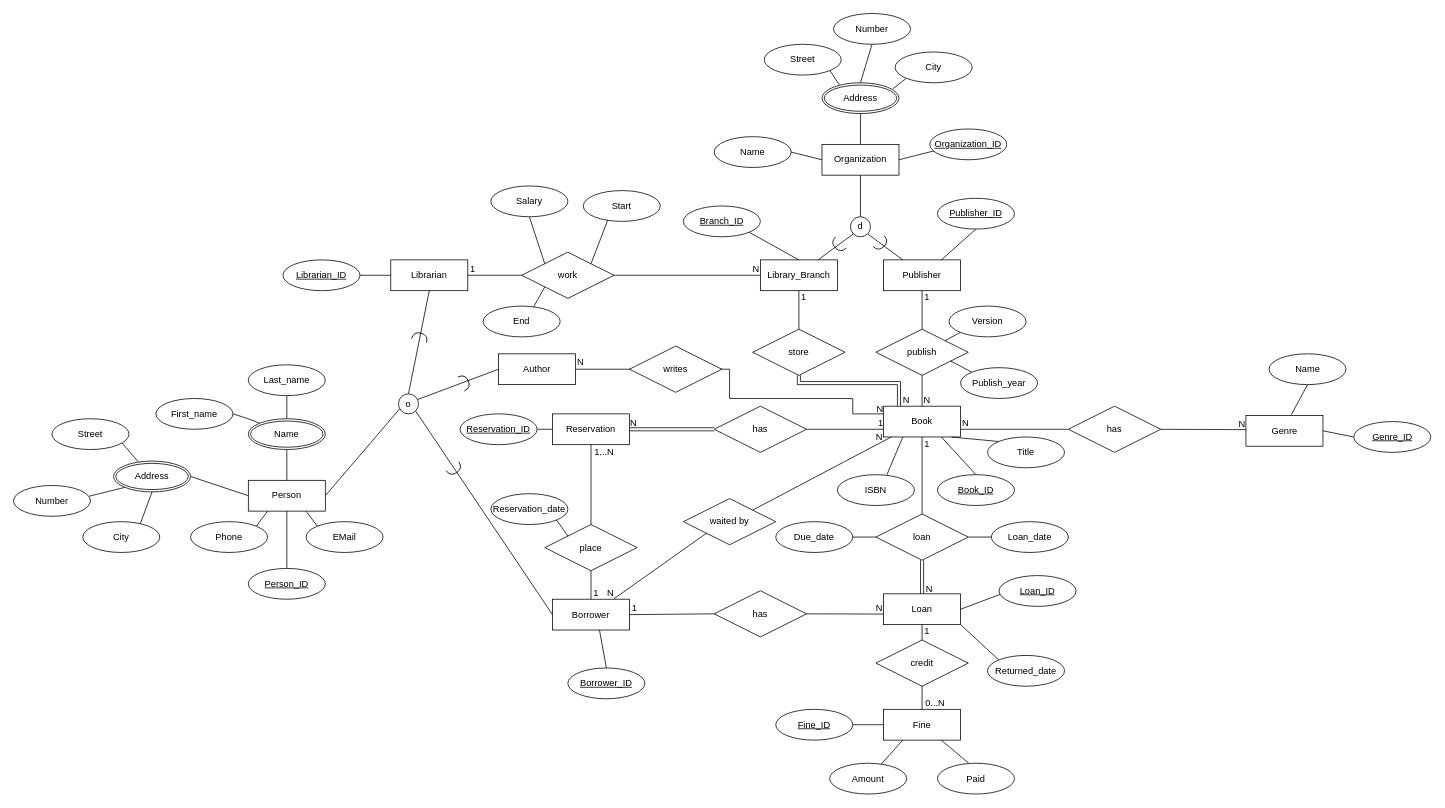
Above: ERM/ERM-Diagramm.drawio in YouAndMEME/sose23-database (draw.io), before the change. Source tidied: cells renumbered, new cells numbered last; positions are measured from the earlier drawing's top-left corner, leaving out a move shared by most shapes. Both pictures are drawn from the tidied source at 77%, with x=0, y=0 at pixel (13, 13).
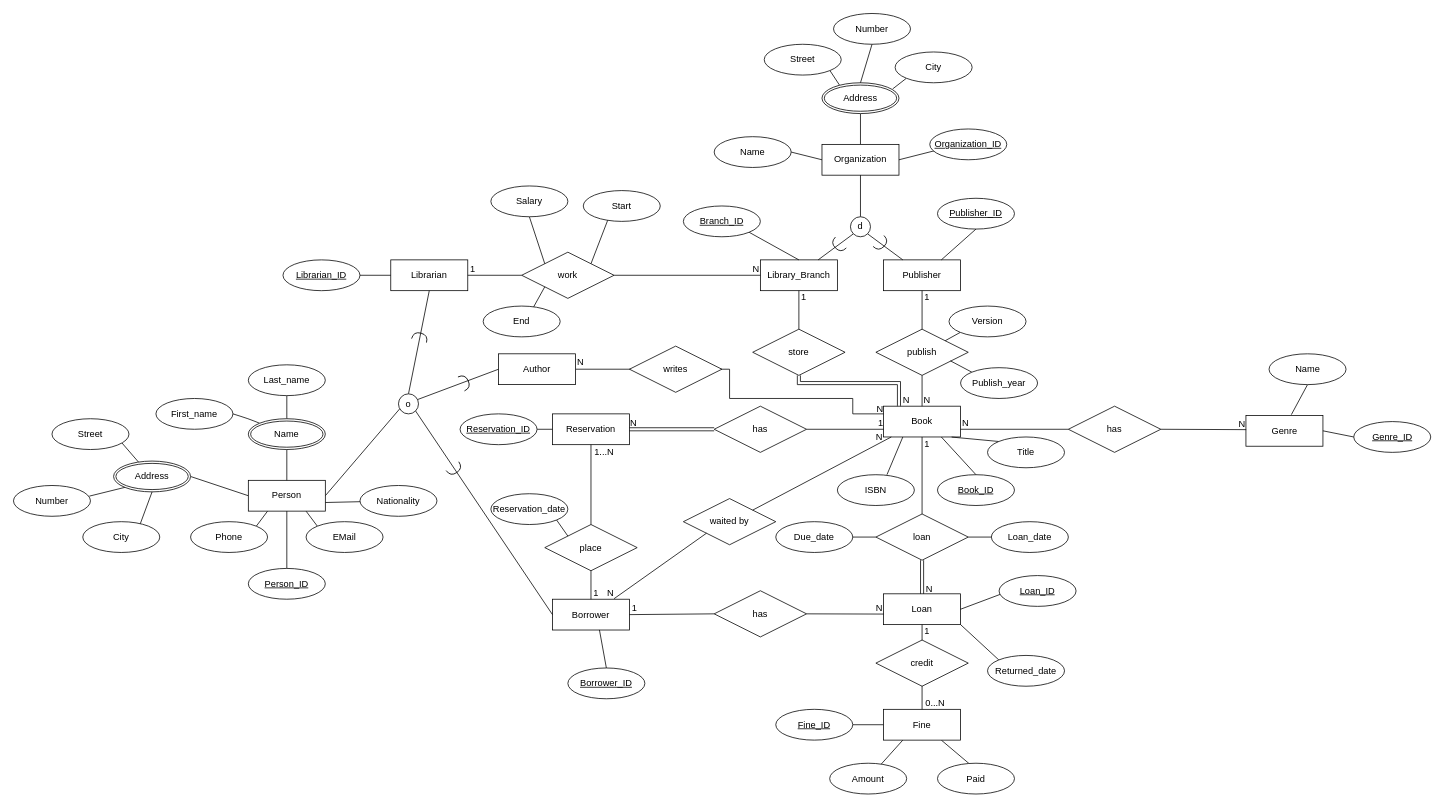
After the change.

Unchanged cells that the change refers to:
```xml
<mxCell id="120" value="Person" style="whiteSpace=wrap;html=1;align=center;" parent="1" vertex="1">
  <mxGeometry x="305" y="606.3" width="100" height="40" as="geometry" />
</mxCell>
```

The edit, as a diff of the source:
```diff
@@
+    <mxCell id="162" style="rounded=0;jettySize=auto;html=1;endArrow=none;endFill=0;entryX=1.002;entryY=0.72;entryDx=0;entryDy=0;entryPerimeter=0;" parent="1" edge="1" source="163" target="120">
+      <mxGeometry relative="1" as="geometry" />
+    </mxCell>
+    <mxCell id="163" value="Nationality" style="ellipse;whiteSpace=wrap;html=1;align=center;" parent="1" vertex="1">
+      <mxGeometry x="450" y="613" width="100" height="40" as="geometry" />
+    </mxCell>
```
